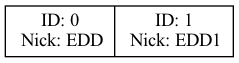
Earlier version of the Graphviz export FASE 2/Pruebas.png (AndreRD1026/EDD_2S-BatallaNaval_202010816). Its source is kept beside it as FASE 2/Pruebas.dot. Its diagram source:
```dot
digraph G {
node[shape=record]
R0x142e06f70[label="ID: 0\n Nick: EDD|ID: 1\n Nick: EDD1"];
}
```
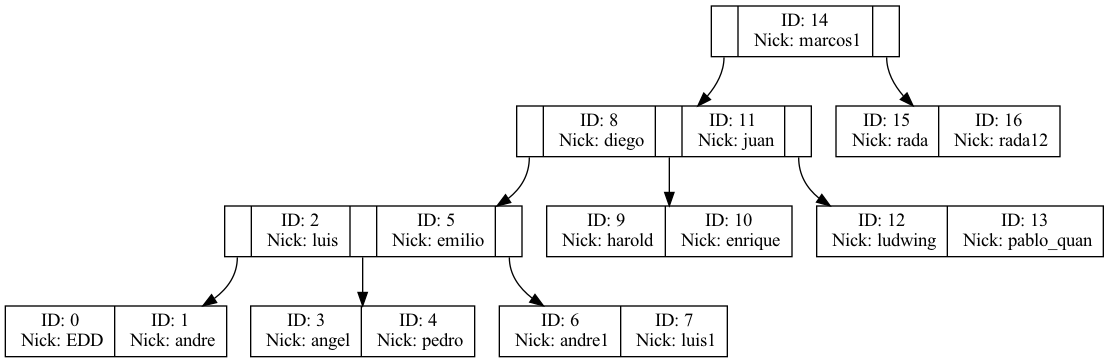
After the commit.

Diff of the diagram source:
```diff
@@ -1,4 +1,20 @@
 digraph G {
 node[shape=record]
-R0x142e06f70[label="ID: 0\n Nick: EDD|ID: 1\n Nick: EDD1"];
+R0x1350052d0[label="<C1>|ID: 14\n Nick: marcos1|<C2>"];
+R0x135005250[label="<C1>|ID: 8\n Nick: diego|<C2>|ID: 11\n Nick: juan|<C3>"];
+R0x1350046b0[label="<C1>|ID: 2\n Nick: luis|<C2>|ID: 5\n Nick: emilio|<C3>"];
+R0x13460cbd0[label="ID: 0\n Nick: EDD|ID: 1\n Nick: andre"];
+R0x13460d0f0[label="ID: 3\n Nick: angel|ID: 4\n Nick: pedro"];
+R0x1350045f0[label="ID: 6\n Nick: andre1|ID: 7\n Nick: luis1"];
+R0x135004c50[label="ID: 9\n Nick: harold|ID: 10\n Nick: enrique"];
+R0x135005190[label="ID: 12\n Nick: ludwing|ID: 13\n Nick: pablo_quan"];
+R0x135005030[label="ID: 15\n Nick: rada|ID: 16\n Nick: rada12"];
+R0x1350052d0:C1->R0x135005250;
+R0x135005250:C1->R0x1350046b0;
+R0x1350046b0:C1->R0x13460cbd0;
+R0x1350046b0:C2->R0x13460d0f0;
+R0x1350046b0:C3->R0x1350045f0;
+R0x135005250:C2->R0x135004c50;
+R0x135005250:C3->R0x135005190;
+R0x1350052d0:C2->R0x135005030;
 }
```
